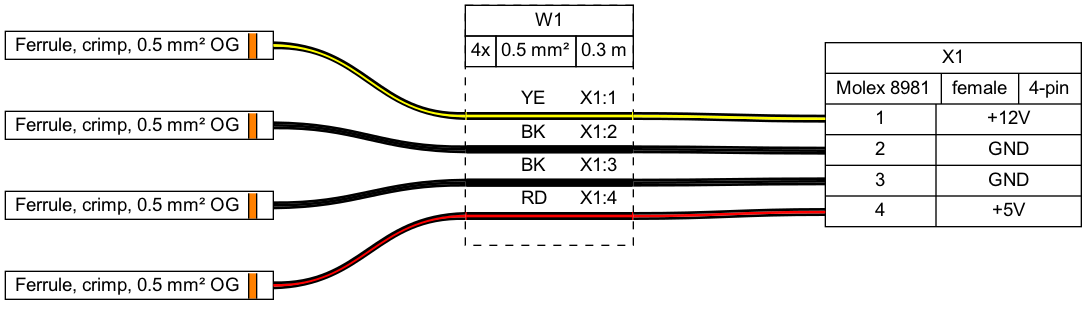
Earlier version of the Graphviz export tutorial/tutorial05.png (wireviz/WireViz). Its source is kept beside it as tutorial/tutorial05.gv.
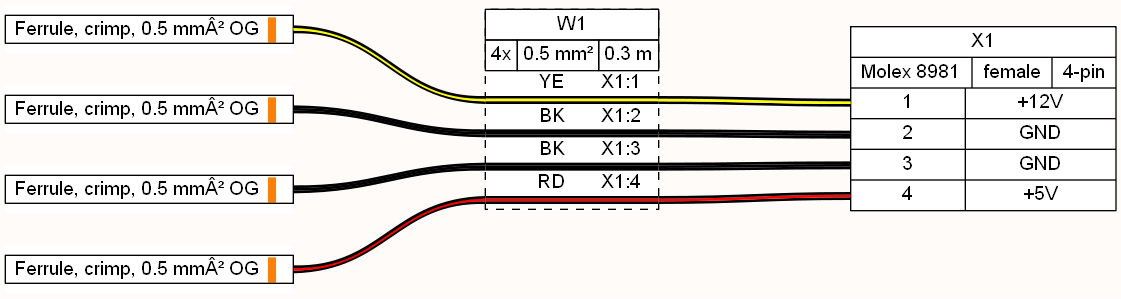
After the commit.

The edit, as a diff of the source:
```diff
@@ -1,12 +1,12 @@
 graph {
-	graph [bgcolor=white fontname=arial nodesep=0.33 rankdir=LR ranksep=2]
+	graph [bgcolor="#fffbf8" fontname=arial nodesep=0.33 rankdir=LR ranksep=2]
 	node [fillcolor=white fontname=arial shape=record style=filled]
 	edge [fontname=arial style=bold]
 	X1 [label="X1|{Molex 8981|female|4-pin}|{{<p1l>1|<p2l>2|<p3l>3|<p4l>4}|{+12V|GND|GND|+5V}}"]
 	_F1 [label=<
 
                 <TABLE BORDER="1" CELLBORDER="0" CELLSPACING="0" CELLPADDING="2"><TR>
-                <TD PORT="p1l"> Ferrule, crimp, 0.5 mm² OG </TD>
+                <TD PORT="p1l"> Ferrule, crimp, 0.5 mmÂ² OG </TD>
                 <TD BGCOLOR="#FF8000" BORDER="1" SIDES="LR" WIDTH="4"></TD>
                 <TD PORT="p1r">  </TD>
                 </TR></TABLE>
@@ -16,7 +16,7 @@
 	_F2 [label=<
 
                 <TABLE BORDER="1" CELLBORDER="0" CELLSPACING="0" CELLPADDING="2"><TR>
-                <TD PORT="p1l"> Ferrule, crimp, 0.5 mm² OG </TD>
+                <TD PORT="p1l"> Ferrule, crimp, 0.5 mmÂ² OG </TD>
                 <TD BGCOLOR="#FF8000" BORDER="1" SIDES="LR" WIDTH="4"></TD>
                 <TD PORT="p1r">  </TD>
                 </TR></TABLE>
@@ -26,7 +26,7 @@
 	_F3 [label=<
 
                 <TABLE BORDER="1" CELLBORDER="0" CELLSPACING="0" CELLPADDING="2"><TR>
-                <TD PORT="p1l"> Ferrule, crimp, 0.5 mm² OG </TD>
+                <TD PORT="p1l"> Ferrule, crimp, 0.5 mmÂ² OG </TD>
                 <TD BGCOLOR="#FF8000" BORDER="1" SIDES="LR" WIDTH="4"></TD>
                 <TD PORT="p1r">  </TD>
                 </TR></TABLE>
@@ -36,7 +36,7 @@
 	_F4 [label=<
 
                 <TABLE BORDER="1" CELLBORDER="0" CELLSPACING="0" CELLPADDING="2"><TR>
-                <TD PORT="p1l"> Ferrule, crimp, 0.5 mm² OG </TD>
+                <TD PORT="p1l"> Ferrule, crimp, 0.5 mmÂ² OG </TD>
                 <TD BGCOLOR="#FF8000" BORDER="1" SIDES="LR" WIDTH="4"></TD>
                 <TD PORT="p1r">  </TD>
                 </TR></TABLE>
@@ -59,5 +59,5 @@
 	W1:w3:e -- X1:p3l:w
 	edge [color="#000000:#ff0000:#000000"]
 	W1:w4:e -- X1:p4l:w
-	W1 [label=<<table border="0" cellspacing="0" cellpadding="0"><tr><td><table border="0" cellspacing="0" cellpadding="3" cellborder="1"><tr><td colspan="3">W1</td></tr><tr><td>4x</td><td>0.5 mm²</td><td>0.3 m</td></tr></table></td></tr><tr><td>&nbsp;</td></tr><tr><td><table border="0" cellspacing="0" cellborder="0"><tr><td></td><td>YE</td><td>X1:1</td></tr><tr><td colspan="3" cellpadding="0" height="6" bgcolor="#ffff00" border="2" sides="tb" port="w1"></td></tr><tr><td></td><td>BK</td><td>X1:2</td></tr><tr><td colspan="3" cellpadding="0" height="6" bgcolor="#000000" border="2" sides="tb" port="w2"></td></tr><tr><td></td><td>BK</td><td>X1:3</td></tr><tr><td colspan="3" cellpadding="0" height="6" bgcolor="#000000" border="2" sides="tb" port="w3"></td></tr><tr><td></td><td>RD</td><td>X1:4</td></tr><tr><td colspan="3" cellpadding="0" height="6" bgcolor="#ff0000" border="2" sides="tb" port="w4"></td></tr><tr><td>&nbsp;</td></tr></table></td></tr></table>> fillcolor=white margin=0 shape=box style="filled,dashed"]
+	W1 [label=<<table border="0" cellspacing="0" cellpadding="0"><tr><td><table border="0" cellspacing="0" cellpadding="3" cellborder="1"><tr><td colspan="3">W1</td></tr><tr><td>4x</td><td>0.5 mm²</td><td>0.3 m</td></tr></table></td></tr><tr><td></td></tr><tr><td><table border="0" cellspacing="0" cellborder="0"><tr><td></td><td>YE</td><td>X1:1</td></tr><tr><td colspan="3" border="0" cellspacing="0" cellpadding="0" port="w1" height="6"><table cellspacing="0" cellborder="0" border = "0"><tr><td colspan="3" cellpadding="0" height="2" bgcolor="#000000" border="0"></td></tr><tr><td colspan="3" cellpadding="0" height="2" bgcolor="#ffff00" border="0"></td></tr><tr><td colspan="3" cellpadding="0" height="2" bgcolor="#000000" border="0"></td></tr></table></td></tr><tr><td></td><td>BK</td><td>X1:2</td></tr><tr><td colspan="3" border="0" cellspacing="0" cellpadding="0" port="w2" height="6"><table cellspacing="0" cellborder="0" border = "0"><tr><td colspan="3" cellpadding="0" height="2" bgcolor="#000000" border="0"></td></tr><tr><td colspan="3" cellpadding="0" height="2" bgcolor="#000000" border="0"></td></tr><tr><td colspan="3" cellpadding="0" height="2" bgcolor="#000000" border="0"></td></tr></table></td></tr><tr><td></td><td>BK</td><td>X1:3</td></tr><tr><td colspan="3" border="0" cellspacing="0" cellpadding="0" port="w3" height="6"><table cellspacing="0" cellborder="0" border = "0"><tr><td colspan="3" cellpadding="0" height="2" bgcolor="#000000" border="0"></td></tr><tr><td colspan="3" cellpadding="0" height="2" bgcolor="#000000" border="0"></td></tr><tr><td colspan="3" cellpadding="0" height="2" bgcolor="#000000" border="0"></td></tr></table></td></tr><tr><td></td><td>RD</td><td>X1:4</td></tr><tr><td colspan="3" border="0" cellspacing="0" cellpadding="0" port="w4" height="6"><table cellspacing="0" cellborder="0" border = "0"><tr><td colspan="3" cellpadding="0" height="2" bgcolor="#000000" border="0"></td></tr><tr><td colspan="3" cellpadding="0" height="2" bgcolor="#ff0000" border="0"></td></tr><tr><td colspan="3" cellpadding="0" height="2" bgcolor="#000000" border="0"></td></tr></table></td></tr><tr><td></td></tr></table></td></tr></table>> fillcolor=white margin=0 shape=box style="filled,dashed"]
 }
```
